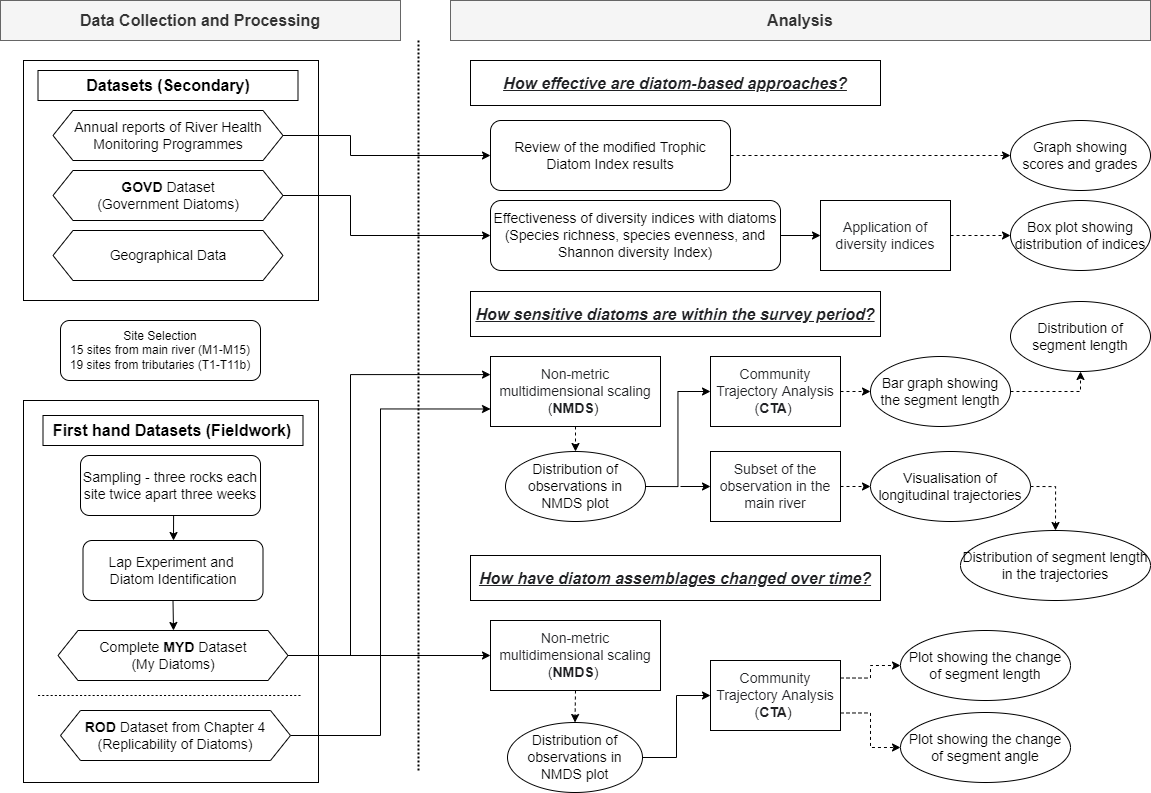
Before: Chapter5_Flowchart.png, a diagram exported from draw.io (muyeoljung/PhD_Studyarea). Source tidied: cells renumbered, new cells last; positions are measured from the earlier drawing's top-left corner, leaving out a move shared by most shapes.
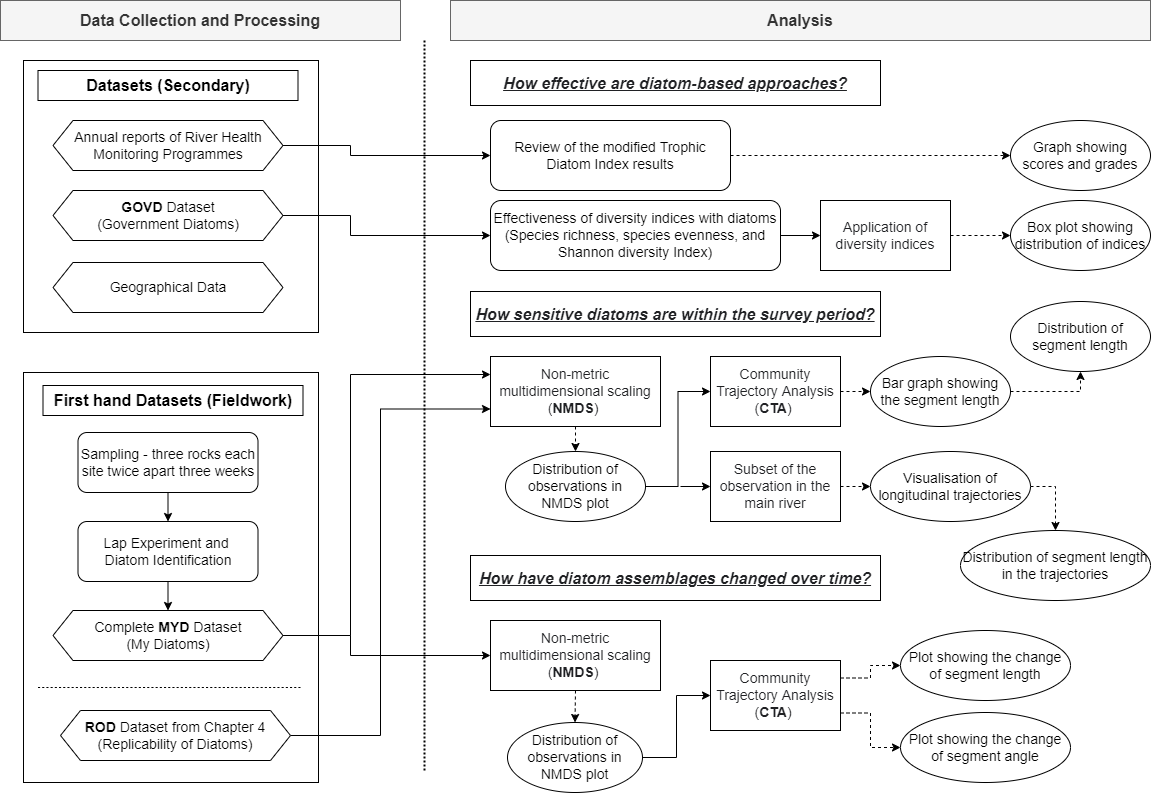
The same diagram one commit later.

What changed in the source:
```diff
@@ -3,10 +3,10 @@
     <mxCell id="0" />
     <mxCell id="1" parent="0" />
     <mxCell id="2" style="rounded=0;whiteSpace=wrap;html=1;" parent="1" vertex="1">
-      <mxGeometry x="23" y="400" width="295" height="382" as="geometry" />
+      <mxGeometry x="23" y="372" width="295" height="410" as="geometry" />
     </mxCell>
     <mxCell id="3" style="rounded=0;whiteSpace=wrap;html=1;" parent="1" vertex="1">
-      <mxGeometry x="23" y="60" width="295" height="240" as="geometry" />
+      <mxGeometry x="23" y="60" width="295" height="272" as="geometry" />
     </mxCell>
     <mxCell id="4" value="&lt;font style=&quot;font-size: 16px&quot;&gt;Datasets (Secondary)&lt;/font&gt;" style="rounded=0;whiteSpace=wrap;html=1;fontStyle=1;" parent="1" vertex="1">
       <mxGeometry x="37.5" y="70" width="260" height="30" as="geometry" />
@@ -14,7 +14,7 @@
     <mxCell id="5" style="edgeStyle=orthogonalEdgeStyle;rounded=0;jettySize=auto;html=1;exitX=1;exitY=0.5;exitDx=0;exitDy=0;entryX=0;entryY=0.5;entryDx=0;entryDy=0;" parent="1" edge="1" source="47" target="25">
       <mxGeometry relative="1" as="geometry">
         <Array as="points">
-          <mxPoint x="350" y="135" />
+          <mxPoint x="350" y="145" />
           <mxPoint x="350" y="155" />
         </Array>
       </mxGeometry>
@@ -22,35 +22,31 @@
     <mxCell id="6" style="edgeStyle=orthogonalEdgeStyle;rounded=0;jettySize=auto;html=1;exitX=1;exitY=0.5;exitDx=0;exitDy=0;entryX=0;entryY=0.5;entryDx=0;entryDy=0;" parent="1" edge="1" source="7" target="27">
       <mxGeometry relative="1" as="geometry">
         <Array as="points">
-          <mxPoint x="350" y="195" />
+          <mxPoint x="350" y="215" />
           <mxPoint x="350" y="235" />
         </Array>
       </mxGeometry>
     </mxCell>
     <mxCell id="7" value="&lt;font style=&quot;font-size: 14px&quot;&gt;&lt;b&gt;GOVD&lt;/b&gt; Dataset&lt;br&gt;(Government Diatoms)&lt;br&gt;&lt;/font&gt;" style="shape=hexagon;perimeter=hexagonPerimeter2;whiteSpace=wrap;html=1;fixedSize=1;" parent="1" vertex="1">
-      <mxGeometry x="52.5" y="170" width="230" height="50" as="geometry" />
+      <mxGeometry x="52.5" y="190" width="230" height="50" as="geometry" />
     </mxCell>
     <mxCell id="8" value="&lt;font style=&quot;font-size: 14px&quot;&gt;Geographical Data&lt;/font&gt;" style="shape=hexagon;perimeter=hexagonPerimeter2;whiteSpace=wrap;html=1;fixedSize=1;" parent="1" vertex="1">
-      <mxGeometry x="52.5" y="230" width="230" height="50" as="geometry" />
+      <mxGeometry x="52.5" y="262" width="230" height="50" as="geometry" />
     </mxCell>
     <mxCell id="9" value="&lt;font size=&quot;1&quot;&gt;&lt;b style=&quot;font-size: 16px&quot;&gt;First hand Datasets (Fieldwork)&lt;/b&gt;&lt;/font&gt;" style="rounded=0;whiteSpace=wrap;html=1;" parent="1" vertex="1">
-      <mxGeometry x="42.5" y="415" width="260" height="30" as="geometry" />
+      <mxGeometry x="42.5" y="385" width="260" height="30" as="geometry" />
     </mxCell>
-    <mxCell id="10" style="edgeStyle=orthogonalEdgeStyle;rounded=0;jettySize=auto;html=1;exitX=0.5;exitY=1;exitDx=0;exitDy=0;" parent="1" edge="1" source="11">
-      <mxGeometry relative="1" as="geometry">
-        <mxPoint x="173" y="540" as="targetPoint" />
-      </mxGeometry>
-    </mxCell>
+    <mxCell id="60" style="edgeStyle=orthogonalEdgeStyle;rounded=0;jettySize=auto;html=1;exitX=0.5;exitY=1;exitDx=0;exitDy=0;entryX=0.5;entryY=0;entryDx=0;entryDy=0;fontSize=14;startArrow=none;startFill=0;endArrow=classic;endFill=1;" parent="1" edge="1" source="11" target="13">
+      <mxGeometry relative="1" as="geometry" />
+    </mxCell>
     <mxCell id="11" value="&lt;font style=&quot;font-size: 14px&quot;&gt;Sampling - three rocks each site twice apart three weeks&lt;/font&gt;" style="rounded=1;whiteSpace=wrap;html=1;" parent="1" vertex="1">
-      <mxGeometry x="80" y="455" width="180" height="60" as="geometry" />
+      <mxGeometry x="77.5" y="432" width="180" height="60" as="geometry" />
     </mxCell>
-    <mxCell id="12" style="edgeStyle=orthogonalEdgeStyle;rounded=0;jettySize=auto;html=1;exitX=0.5;exitY=1;exitDx=0;exitDy=0;" parent="1" edge="1" source="13">
-      <mxGeometry relative="1" as="geometry">
-        <mxPoint x="173" y="630" as="targetPoint" />
-      </mxGeometry>
-    </mxCell>
+    <mxCell id="61" style="edgeStyle=orthogonalEdgeStyle;rounded=0;jettySize=auto;html=1;exitX=0.5;exitY=1;exitDx=0;exitDy=0;entryX=0.5;entryY=0;entryDx=0;entryDy=0;fontSize=14;startArrow=none;startFill=0;endArrow=classic;endFill=1;" parent="1" edge="1" source="13" target="32">
+      <mxGeometry relative="1" as="geometry" />
+    </mxCell>
     <mxCell id="13" value="&lt;font style=&quot;font-size: 14px&quot;&gt;Lap Experiment and &lt;br&gt;Diatom Identification&lt;/font&gt;" style="rounded=1;whiteSpace=wrap;html=1;" parent="1" vertex="1">
-      <mxGeometry x="82.5" y="540" width="180" height="60" as="geometry" />
+      <mxGeometry x="77.5" y="521" width="180" height="60" as="geometry" />
     </mxCell>
     <mxCell id="14" value="&lt;font size=&quot;1&quot;&gt;&lt;b style=&quot;font-size: 16px&quot;&gt;Analysis&lt;/b&gt;&lt;/font&gt;" style="rounded=0;whiteSpace=wrap;html=1;fillColor=#f5f5f5;strokeColor=#666666;fontColor=#333333;" parent="1" vertex="1">
       <mxGeometry x="450" width="700" height="40" as="geometry" />
@@ -108,26 +104,23 @@
     <mxCell id="30" style="edgeStyle=orthogonalEdgeStyle;rounded=0;jettySize=auto;html=1;exitX=1;exitY=0.5;exitDx=0;exitDy=0;entryX=0;entryY=0.5;entryDx=0;entryDy=0;" parent="1" edge="1" source="32" target="16">
       <mxGeometry relative="1" as="geometry">
         <Array as="points">
-          <mxPoint x="310" y="655" />
-          <mxPoint x="310" y="655" />
+          <mxPoint x="350" y="635" />
+          <mxPoint x="350" y="655" />
         </Array>
       </mxGeometry>
     </mxCell>
     <mxCell id="31" style="edgeStyle=orthogonalEdgeStyle;rounded=0;jettySize=auto;html=1;exitX=1;exitY=0.5;exitDx=0;exitDy=0;entryX=0;entryY=0.25;entryDx=0;entryDy=0;fontSize=14;" parent="1" edge="1" source="32" target="20">
       <mxGeometry relative="1" as="geometry">
         <Array as="points">
-          <mxPoint x="350" y="655" />
+          <mxPoint x="350" y="635" />
           <mxPoint x="350" y="374" />
           <mxPoint x="490" y="374" />
         </Array>
       </mxGeometry>
     </mxCell>
     <mxCell id="32" value="&lt;font style=&quot;font-size: 14px&quot;&gt;&lt;span&gt;Complete&lt;/span&gt;&lt;b&gt;&amp;nbsp;MYD&lt;/b&gt;&lt;span&gt;&amp;nbsp;Dataset&lt;/span&gt;&lt;br&gt;&lt;span&gt;(My Diatoms)&lt;/span&gt;&lt;/font&gt;" style="shape=hexagon;perimeter=hexagonPerimeter2;whiteSpace=wrap;html=1;fixedSize=1;" parent="1" vertex="1">
-      <mxGeometry x="57.5" y="630" width="230" height="50" as="geometry" />
+      <mxGeometry x="52.5" y="610" width="230" height="50" as="geometry" />
     </mxCell>
-    <mxCell id="33" value="Site Selection&lt;br&gt;15 sites from main river (M1-M15)&lt;br&gt;19 sites from tributaries (T1-T11b)" style="rounded=1;whiteSpace=wrap;html=1;" parent="1" vertex="1">
-      <mxGeometry x="60" y="320" width="200" height="60" as="geometry" />
-    </mxCell>
     <mxCell id="34" value="&lt;div&gt;&lt;font color=&quot;#202124&quot; face=&quot;apple sd gothic neo, arial, sans-serif&quot;&gt;&lt;span style=&quot;font-size: 16px ; background-color: rgb(255 , 255 , 255)&quot;&gt;How sensitive diatoms are within the survey period?&lt;/span&gt;&lt;/font&gt;&lt;/div&gt;" style="rounded=0;whiteSpace=wrap;html=1;align=center;fontStyle=7;" parent="1" vertex="1">
       <mxGeometry x="470" y="291" width="410" height="45" as="geometry" />
     </mxCell>
@@ -165,10 +158,10 @@
       <mxGeometry x="870" y="356" width="140" height="70" as="geometry" />
     </mxCell>
     <mxCell id="46" style="line;strokeWidth=2;direction=south;html=1;dashed=1;dashPattern=1 1;" parent="1" vertex="1">
-      <mxGeometry x="413" y="40" width="10" height="730" as="geometry" />
+      <mxGeometry x="419" y="40" width="10" height="730" as="geometry" />
     </mxCell>
     <mxCell id="47" value="&lt;span style=&quot;font-size: 14px&quot;&gt;Annual reports of River Health Monitoring&amp;nbsp;&lt;/span&gt;&lt;span style=&quot;font-size: 14px&quot;&gt;Programmes&lt;/span&gt;" style="shape=hexagon;perimeter=hexagonPerimeter2;whiteSpace=wrap;html=1;fixedSize=1;" parent="1" vertex="1">
-      <mxGeometry x="52.5" y="110" width="230" height="50" as="geometry" />
+      <mxGeometry x="52.5" y="120" width="230" height="50" as="geometry" />
     </mxCell>
     <mxCell id="48" style="edgeStyle=orthogonalEdgeStyle;rounded=0;jettySize=auto;html=1;exitX=1;exitY=0.5;exitDx=0;exitDy=0;entryX=0;entryY=0.5;entryDx=0;entryDy=0;fontSize=14;dashed=1;" parent="1" edge="1" source="49" target="39">
       <mxGeometry relative="1" as="geometry" />
@@ -206,7 +199,7 @@
       <mxGeometry x="960" y="530" width="190" height="70" as="geometry" />
     </mxCell>
     <mxCell id="59" style="line;strokeWidth=0.7;html=1;fontSize=14;dashed=1;" parent="1" vertex="1">
-      <mxGeometry x="37.5" y="690" width="262.5" height="10" as="geometry" />
+      <mxGeometry x="37.5" y="682" width="262.5" height="10" as="geometry" />
     </mxCell>
   </root>
 </mxGraphModel>
```
